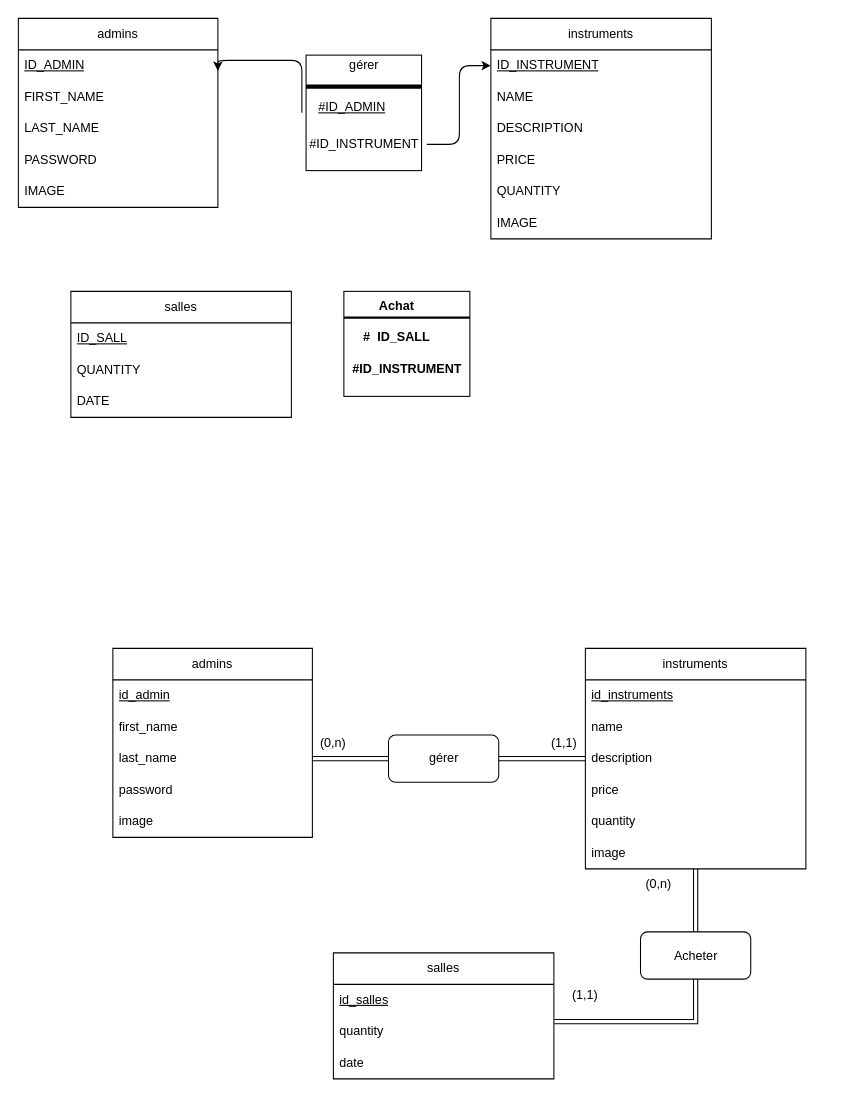
Above: merise.drawio in ELKABLI-AMINA/music-instruments (draw.io), before the change. Source tidied: cells renumbered, new cells numbered last; positions are measured from the earlier drawing's top-left corner, leaving out a move shared by most shapes. Both pictures are drawn from the tidied source at 105%, with x=0, y=0 at pixel (18, 18).
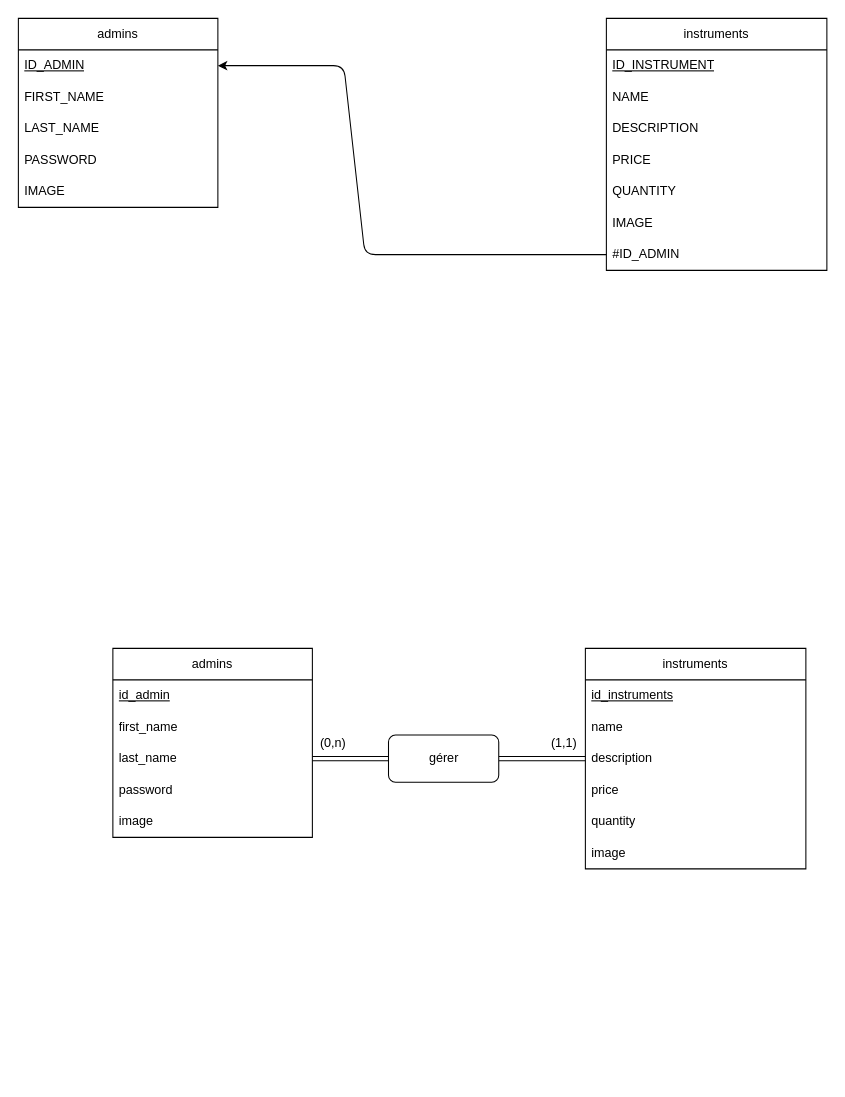
After the change.

Unchanged cells that the change refers to:
```xml
<mxCell id="2" style="group;" parent="1" vertex="1">
  <mxGeometry x="90" y="600" width="660" height="410" as="geometry" />
</mxCell>
<mxCell id="8" value="instruments" style="swimlane;fontStyle=0;horizontal=1;startSize=30;whiteSpace=wrap;html=1;" parent="2" vertex="1">
  <mxGeometry x="450" width="210" height="210" as="geometry" />
</mxCell>
<mxCell id="29" style="group;" parent="1" vertex="1">
  <mxGeometry width="660" height="410" as="geometry" />
</mxCell>
<mxCell id="35" value="&lt;u&gt;ID_INSTRUMENT&lt;/u&gt;" style="text;strokeColor=none;fillColor=none;align=left;verticalAlign=middle;spacingLeft=4;spacingRight=4;overflow=hidden;points=[[0,0.5],[1,0.5]];portConstraint=eastwest;whiteSpace=wrap;html=1;" parent="34" vertex="1">
  <mxGeometry y="30" width="210" height="30" as="geometry" />
</mxCell>
```

What changed in the source:
```diff
@@
-    <mxCell id="3" value="salles" style="swimlane;fontStyle=0;horizontal=1;startSize=30;whiteSpace=wrap;html=1;" parent="2" vertex="1">
-      <mxGeometry x="210" y="290" width="210" height="120" as="geometry" />
-    </mxCell>
-    <mxCell id="4" value="&lt;u&gt;id_salles&lt;/u&gt;" style="text;strokeColor=none;fillColor=none;align=left;verticalAlign=middle;spacingLeft=4;spacingRight=4;overflow=hidden;whiteSpace=wrap;html=1;" parent="3" vertex="1">
-      <mxGeometry y="30" width="210" height="30" as="geometry" />
-    </mxCell>
-    <mxCell id="5" value="quantity" style="text;strokeColor=none;fillColor=none;align=left;verticalAlign=middle;spacingLeft=4;spacingRight=4;overflow=hidden;points=[[0,0.5],[1,0.5]];portConstraint=eastwest;whiteSpace=wrap;html=1;" parent="3" vertex="1">
-      <mxGeometry y="60" width="210" height="30" as="geometry" />
-    </mxCell>
-    <mxCell id="6" value="date" style="text;strokeColor=none;fillColor=none;align=left;verticalAlign=middle;spacingLeft=4;spacingRight=4;overflow=hidden;whiteSpace=wrap;html=1;" parent="3" vertex="1">
-      <mxGeometry y="90" width="210" height="30" as="geometry" />
-    </mxCell>
-    <mxCell id="7" style="edgeStyle=orthogonalEdgeStyle;shape=link;rounded=0;jettySize=auto;html=1;entryX=1.002;entryY=0.184;entryDx=0;entryDy=0;entryPerimeter=0;" parent="2" edge="1" source="8" target="5">
-      <mxGeometry relative="1" as="geometry" />
-    </mxCell>
@@
-    <mxCell id="24" value="Acheter" style="rounded=1;whiteSpace=wrap;html=1;" parent="2" vertex="1">
-      <mxGeometry x="502.5" y="270" width="105" height="45" as="geometry" />
-    </mxCell>
@@
-    <mxCell id="27" value="(0,n)" style="text;html=1;strokeColor=none;fillColor=none;align=center;verticalAlign=middle;whiteSpace=wrap;rounded=0;" parent="2" vertex="1">
-      <mxGeometry x="490" y="210" width="60" height="30" as="geometry" />
-    </mxCell>
-    <mxCell id="28" value="(1,1)" style="text;html=1;strokeColor=none;fillColor=none;align=center;verticalAlign=middle;whiteSpace=wrap;rounded=0;" parent="2" vertex="1">
-      <mxGeometry x="420" y="315" width="60" height="30" as="geometry" />
-    </mxCell>
@@
-    <mxCell id="30" value="salles" style="swimlane;fontStyle=0;horizontal=1;startSize=30;whiteSpace=wrap;html=1;" parent="29" vertex="1">
-      <mxGeometry x="50" y="260" width="210" height="120" as="geometry" />
-    </mxCell>
-    <mxCell id="31" value="&lt;u&gt;ID_SALL&lt;/u&gt;" style="text;strokeColor=none;fillColor=none;align=left;verticalAlign=middle;spacingLeft=4;spacingRight=4;overflow=hidden;whiteSpace=wrap;html=1;" parent="30" vertex="1">
-      <mxGeometry y="30" width="210" height="30" as="geometry" />
-    </mxCell>
-    <mxCell id="32" value="QUANTITY" style="text;strokeColor=none;fillColor=none;align=left;verticalAlign=middle;spacingLeft=4;spacingRight=4;overflow=hidden;whiteSpace=wrap;html=1;" parent="30" vertex="1">
-      <mxGeometry y="60" width="210" height="30" as="geometry" />
-    </mxCell>
-    <mxCell id="33" value="DATE&lt;br&gt;" style="text;strokeColor=none;fillColor=none;align=left;verticalAlign=middle;spacingLeft=4;spacingRight=4;overflow=hidden;whiteSpace=wrap;html=1;" parent="30" vertex="1">
-      <mxGeometry y="90" width="210" height="30" as="geometry" />
-    </mxCell>
+    <mxCell id="41" value="admins" style="swimlane;fontStyle=0;horizontal=1;startSize=30;whiteSpace=wrap;html=1;" parent="29" vertex="1">
+      <mxGeometry width="190" height="180" as="geometry" />
+    </mxCell>
+    <mxCell id="42" value="&lt;span style=&quot;text-align: center;&quot;&gt;&lt;u&gt;ID_ADMIN&lt;/u&gt;&lt;/span&gt;" style="text;strokeColor=none;fillColor=none;align=left;verticalAlign=middle;spacingLeft=4;spacingRight=4;overflow=hidden;points=[[0,0.5],[1,0.5]];portConstraint=eastwest;whiteSpace=wrap;html=1;" parent="41" vertex="1">
+      <mxGeometry y="30" width="190" height="30" as="geometry" />
+    </mxCell>
+    <mxCell id="43" value="&lt;span style=&quot;text-align: center;&quot;&gt;FIRST_NAME&lt;/span&gt;" style="text;strokeColor=none;fillColor=none;align=left;verticalAlign=middle;spacingLeft=4;spacingRight=4;overflow=hidden;whiteSpace=wrap;html=1;" parent="41" vertex="1">
+      <mxGeometry y="60" width="190" height="30" as="geometry" />
+    </mxCell>
+    <mxCell id="44" value="&lt;span style=&quot;text-align: center;&quot;&gt;LAST_NAME&lt;/span&gt;" style="text;strokeColor=none;fillColor=none;align=left;verticalAlign=middle;spacingLeft=4;spacingRight=4;overflow=hidden;whiteSpace=wrap;html=1;" parent="41" vertex="1">
+      <mxGeometry y="90" width="190" height="30" as="geometry" />
+    </mxCell>
+    <mxCell id="45" value="&lt;span style=&quot;text-align: center;&quot;&gt;PASSWORD&lt;/span&gt;" style="text;strokeColor=none;fillColor=none;align=left;verticalAlign=middle;spacingLeft=4;spacingRight=4;overflow=hidden;whiteSpace=wrap;html=1;" parent="41" vertex="1">
+      <mxGeometry y="120" width="190" height="30" as="geometry" />
+    </mxCell>
+    <mxCell id="46" value="&lt;span style=&quot;text-align: center;&quot;&gt;IMAGE&lt;/span&gt;" style="text;strokeColor=none;fillColor=none;align=left;verticalAlign=middle;spacingLeft=4;spacingRight=4;overflow=hidden;whiteSpace=wrap;html=1;" parent="41" vertex="1">
+      <mxGeometry y="150" width="190" height="30" as="geometry" />
+    </mxCell>
-    <mxCell id="34" value="instruments" style="swimlane;fontStyle=0;horizontal=1;startSize=30;whiteSpace=wrap;html=1;" parent="29" vertex="1">
-      <mxGeometry x="450" width="210" height="210" as="geometry" />
+    <mxCell id="34" value="instruments" style="swimlane;fontStyle=0;horizontal=1;startSize=30;whiteSpace=wrap;html=1;" parent="1" vertex="1">
+      <mxGeometry x="560" width="210" height="240" as="geometry" />
     </mxCell>
@@
-    <mxCell id="41" value="admins" style="swimlane;fontStyle=0;horizontal=1;startSize=30;whiteSpace=wrap;html=1;" parent="29" vertex="1">
-      <mxGeometry width="190" height="180" as="geometry" />
-    </mxCell>
-    <mxCell id="42" value="&lt;span style=&quot;text-align: center;&quot;&gt;&lt;u&gt;ID_ADMIN&lt;/u&gt;&lt;/span&gt;" style="text;strokeColor=none;fillColor=none;align=left;verticalAlign=middle;spacingLeft=4;spacingRight=4;overflow=hidden;points=[[0,0.5],[1,0.5]];portConstraint=eastwest;whiteSpace=wrap;html=1;" parent="41" vertex="1">
-      <mxGeometry y="30" width="190" height="30" as="geometry" />
-    </mxCell>
-    <mxCell id="43" value="&lt;span style=&quot;text-align: center;&quot;&gt;FIRST_NAME&lt;/span&gt;" style="text;strokeColor=none;fillColor=none;align=left;verticalAlign=middle;spacingLeft=4;spacingRight=4;overflow=hidden;whiteSpace=wrap;html=1;" parent="41" vertex="1">
-      <mxGeometry y="60" width="190" height="30" as="geometry" />
-    </mxCell>
-    <mxCell id="44" value="&lt;span style=&quot;text-align: center;&quot;&gt;LAST_NAME&lt;/span&gt;" style="text;strokeColor=none;fillColor=none;align=left;verticalAlign=middle;spacingLeft=4;spacingRight=4;overflow=hidden;whiteSpace=wrap;html=1;" parent="41" vertex="1">
-      <mxGeometry y="90" width="190" height="30" as="geometry" />
-    </mxCell>
-    <mxCell id="45" value="&lt;span style=&quot;text-align: center;&quot;&gt;PASSWORD&lt;/span&gt;" style="text;strokeColor=none;fillColor=none;align=left;verticalAlign=middle;spacingLeft=4;spacingRight=4;overflow=hidden;whiteSpace=wrap;html=1;" parent="41" vertex="1">
-      <mxGeometry y="120" width="190" height="30" as="geometry" />
-    </mxCell>
-    <mxCell id="46" value="&lt;span style=&quot;text-align: center;&quot;&gt;IMAGE&lt;/span&gt;" style="text;strokeColor=none;fillColor=none;align=left;verticalAlign=middle;spacingLeft=4;spacingRight=4;overflow=hidden;whiteSpace=wrap;html=1;" parent="41" vertex="1">
-      <mxGeometry y="150" width="190" height="30" as="geometry" />
-    </mxCell>
-    <mxCell id="47" style="whiteSpace=wrap;html=1;" parent="29" vertex="1">
-      <mxGeometry x="310" y="260" width="120" height="100" as="geometry" />
-    </mxCell>
-    <mxCell id="48" style="whiteSpace=wrap;html=1;" parent="29" vertex="1">
-      <mxGeometry x="274" y="35" width="110" height="110" as="geometry" />
-    </mxCell>
-    <mxCell id="49" value="gérer" style="text;html=1;align=center;verticalAlign=middle;fillColor=none;strokeColor=none;rounded=0;" parent="29" vertex="1">
-      <mxGeometry x="309" y="35" width="40" height="20" as="geometry" />
-    </mxCell>
-    <mxCell id="50" value="#ID_INSTRUMENT" style="text;html=1;align=center;verticalAlign=middle;points=[];fillColor=none;strokeColor=none;rounded=0;" parent="29" vertex="1">
-      <mxGeometry x="269" y="110" width="120" height="20" as="geometry" />
-    </mxCell>
-    <mxCell id="51" value="&lt;span style=&quot;text-align: center&quot;&gt;&lt;u&gt;#ID_ADMIN&lt;/u&gt;&lt;/span&gt;" style="text;strokeColor=none;fillColor=none;align=left;verticalAlign=middle;spacingLeft=4;spacingRight=4;overflow=hidden;points=[[0,0.5],[1,0.5]];portConstraint=eastwest;whiteSpace=wrap;html=1;" parent="29" vertex="1">
-      <mxGeometry x="280" y="70" width="190" height="30" as="geometry" />
+    <mxCell id="51" value="&lt;span style=&quot;text-align: center&quot;&gt;#ID_ADMIN&lt;/span&gt;" style="text;strokeColor=none;fillColor=none;align=left;verticalAlign=middle;spacingLeft=4;spacingRight=4;overflow=hidden;points=[[0,0.5],[1,0.5]];portConstraint=eastwest;whiteSpace=wrap;html=1;" parent="34" vertex="1">
+      <mxGeometry y="210" width="210" height="30" as="geometry" />
     </mxCell>
-    <mxCell id="52" style="line;strokeWidth=4;html=1;perimeter=backbonePerimeter;" parent="29" vertex="1">
-      <mxGeometry x="274" y="60" width="110" height="10" as="geometry" />
-    </mxCell>
-    <mxCell id="53" style="edgeStyle=elbowEdgeStyle;elbow=horizontal;endArrow=classic;html=1;entryX=0;entryY=0.5;entryDx=0;entryDy=0;" parent="29" edge="1" source="50" target="35">
-      <mxGeometry relative="1" as="geometry" />
-    </mxCell>
-    <mxCell id="54" style="edgeStyle=elbowEdgeStyle;elbow=vertical;endArrow=classic;html=1;" parent="29" edge="1">
-      <mxGeometry relative="1" as="geometry">
-        <mxPoint x="270" y="90" as="sourcePoint" />
-        <mxPoint x="190" y="50" as="targetPoint" />
-        <Array as="points">
-          <mxPoint x="260" y="40" />
-        </Array>
-      </mxGeometry>
-    </mxCell>
-    <mxCell id="55" style="line;strokeWidth=2;html=1;" parent="29" vertex="1">
-      <mxGeometry x="310" y="280" width="120" height="10" as="geometry" />
-    </mxCell>
-    <mxCell id="56" value="&lt;font style=&quot;font-size: 12px&quot;&gt;Achat&lt;/font&gt;" style="text;strokeColor=none;fillColor=none;html=1;fontSize=24;fontStyle=1;verticalAlign=middle;align=center;" parent="29" vertex="1">
-      <mxGeometry x="310" y="250" width="100" height="40" as="geometry" />
-    </mxCell>
-    <mxCell id="57" value="&lt;font style=&quot;font-size: 12px&quot;&gt;#&lt;/font&gt;&lt;font style=&quot;font-size: 12px&quot;&gt;ID_INSTRUMENT&lt;/font&gt;" style="text;strokeColor=none;fillColor=none;html=1;fontSize=24;fontStyle=1;verticalAlign=middle;align=center;" parent="29" vertex="1">
-      <mxGeometry x="320" y="310" width="100" height="40" as="geometry" />
-    </mxCell>
-    <mxCell id="58" value="&lt;font style=&quot;font-size: 12px&quot;&gt;#&lt;/font&gt; &lt;font style=&quot;font-size: 12px&quot;&gt;ID_SALL&lt;/font&gt;" style="text;strokeColor=none;fillColor=none;html=1;fontSize=24;fontStyle=1;verticalAlign=middle;align=center;" parent="1" vertex="1">
-      <mxGeometry x="310" y="280" width="100" height="40" as="geometry" />
-    </mxCell>
+    <mxCell id="59" style="edgeStyle=none;html=1;exitX=0;exitY=0.5;exitDx=0;exitDy=0;entryX=1;entryY=0.5;entryDx=0;entryDy=0;" parent="1" edge="1" source="51" target="42">
+      <mxGeometry relative="1" as="geometry">
+        <Array as="points">
+          <mxPoint x="330" y="225" />
+          <mxPoint x="310" y="45" />
+        </Array>
+      </mxGeometry>
+    </mxCell>
```
